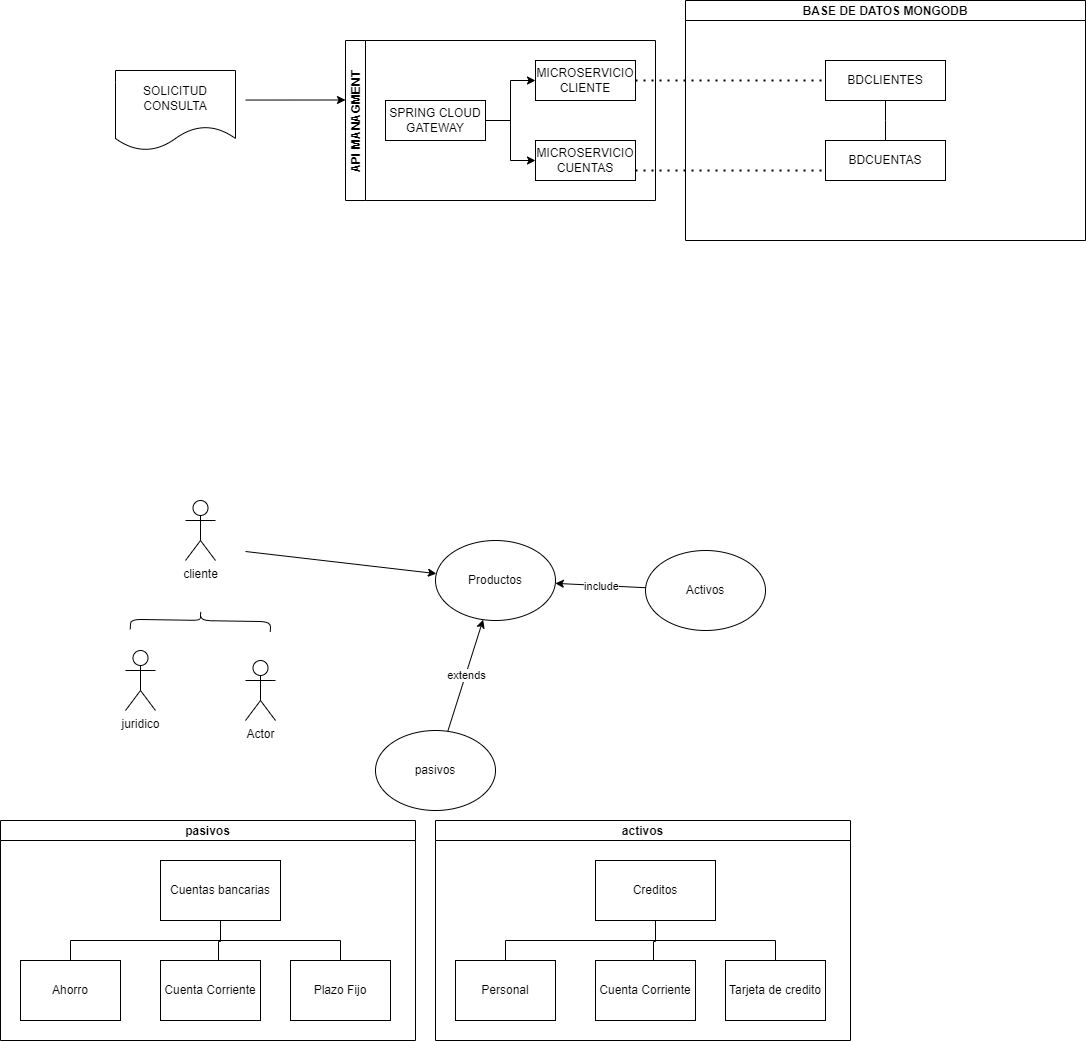
This is proyectosemana1/CUN proyecto semana 1.drawio.png from joffrehermosilla/proyectosemana1, a draw.io export, as it was before one commit. Source tidied: cells renumbered, new cells last; positions are measured from the earlier drawing's top-left corner, leaving out a move shared by most shapes.
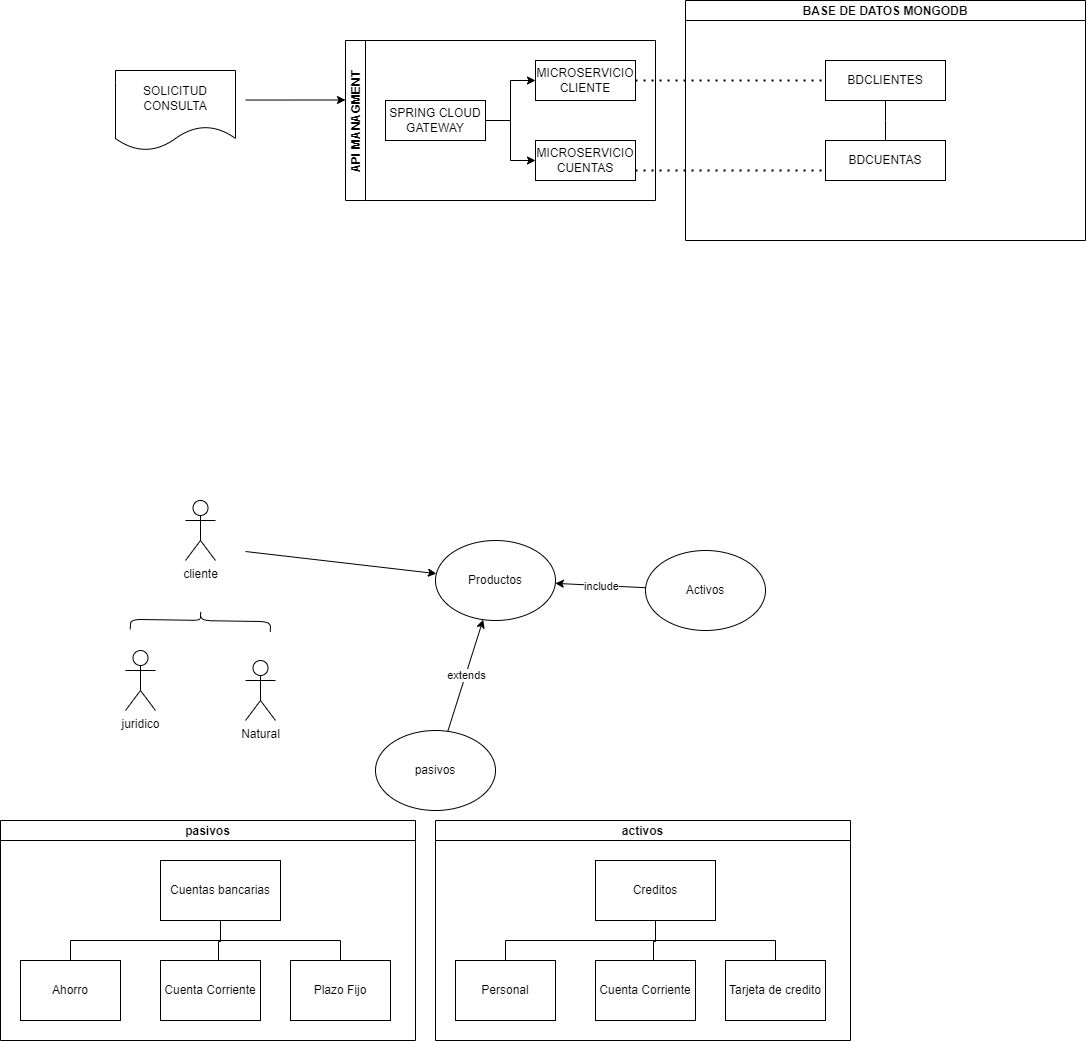
Later version of the same file.

Change to the diagram source:
```diff
@@ -2,7 +2,7 @@
   <root>
     <mxCell id="0" />
     <mxCell id="1" parent="0" />
-    <mxCell id="2" value="Actor" style="shape=umlActor;verticalLabelPosition=bottom;verticalAlign=top;html=1;" parent="1" vertex="1">
+    <mxCell id="2" value="Natural" style="shape=umlActor;verticalLabelPosition=bottom;verticalAlign=top;html=1;" parent="1" vertex="1">
       <mxGeometry x="245" y="660" width="30" height="60" as="geometry" />
     </mxCell>
     <mxCell id="3" style="endArrow=classic;html=1;rounded=0;" parent="1" edge="1" target="4">
```
